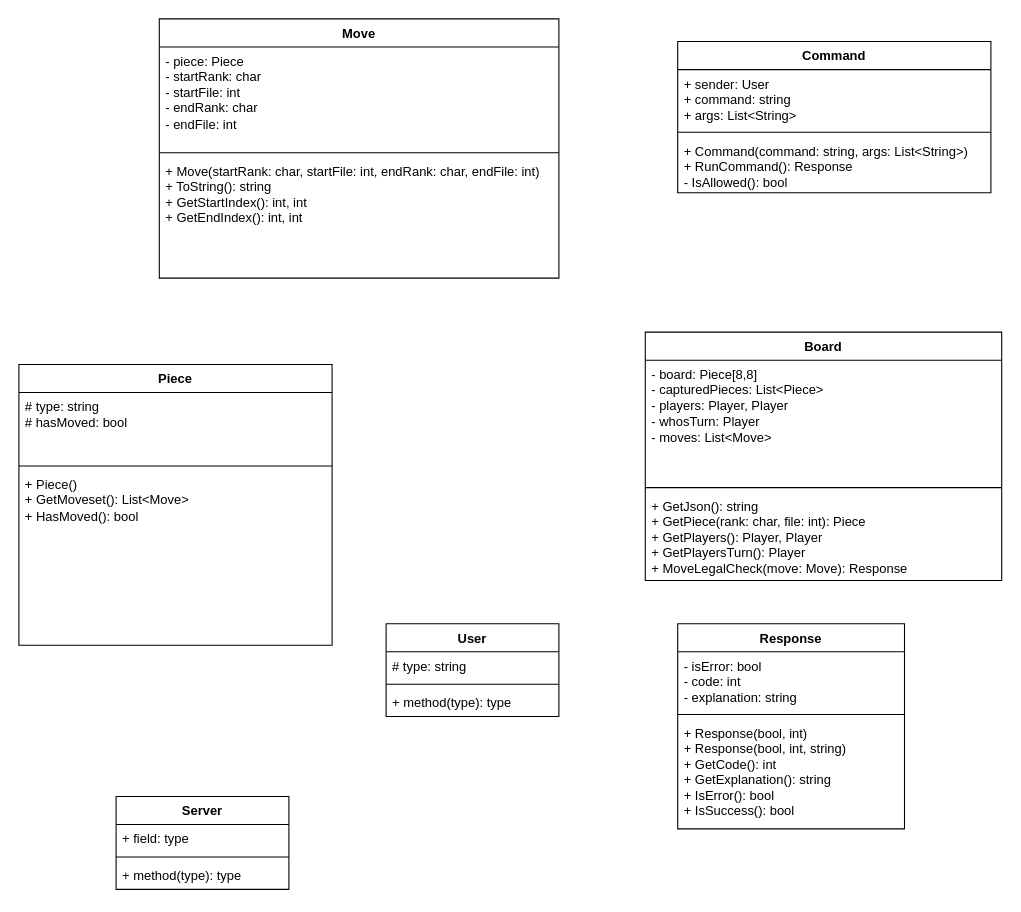
Before: final/FinalProject/Server UML.drawio in noduh/CSE-210, a draw.io diagram. Source tidied: cells renumbered, new cells numbered last; positions are measured from the earlier drawing's top-left corner, leaving out a move shared by most shapes. Both pictures are drawn from the tidied source at 108%, with x=0, y=0 at pixel (18, 18).
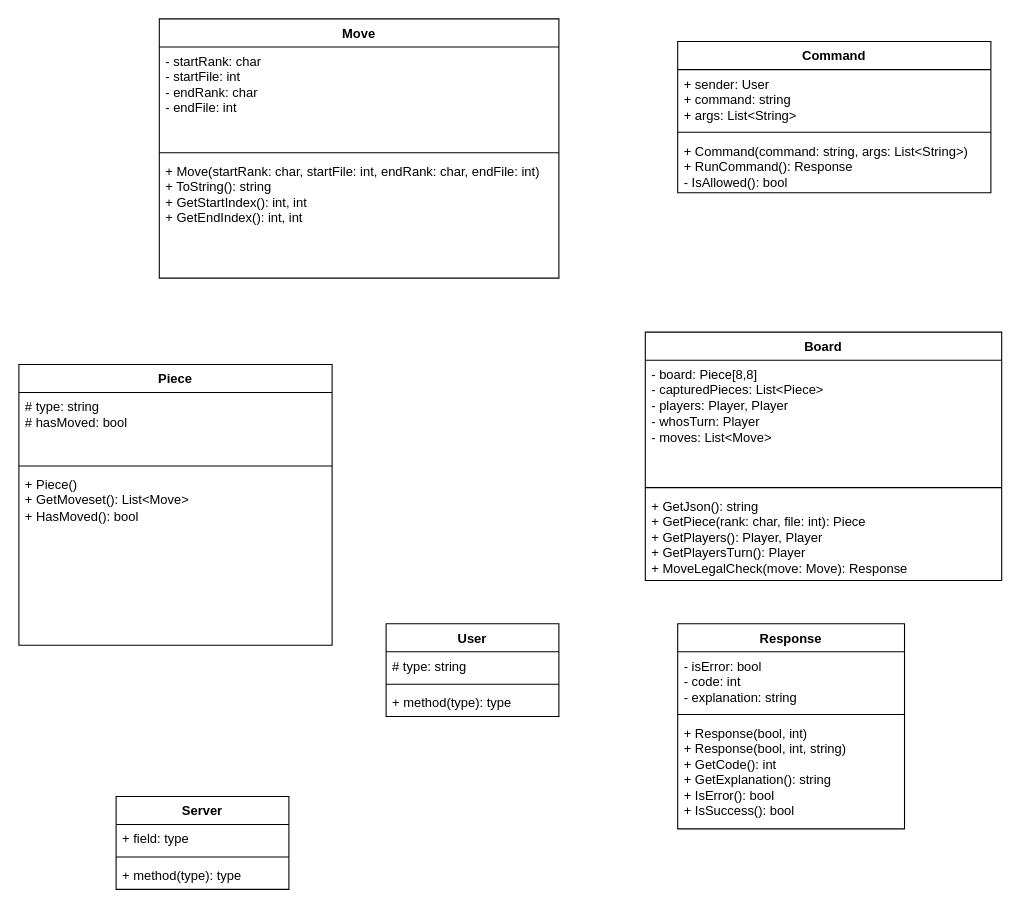
The same page after the edit.

Commit message (it also covers changes not shown here):
server can communicate both ways. began chess classes

The change refers to these unchanged cells:
```xml
<mxCell id="10" value="Move" style="swimlane;fontStyle=1;align=center;verticalAlign=top;horizontal=1;startSize=26;whiteSpace=wrap;html=1;" parent="1" vertex="1">
  <mxGeometry x="130" width="370" height="240" as="geometry" />
</mxCell>
```

The edit, as a diff of the source:
```diff
@@
-    <mxCell id="11" value="- piece: Piece&lt;div&gt;- startRank: char&lt;/div&gt;&lt;div&gt;- startFile: int&lt;/div&gt;&lt;div&gt;- endRank: char&lt;/div&gt;&lt;div&gt;- endFile: int&lt;/div&gt;" style="text;strokeColor=none;fillColor=none;align=left;verticalAlign=top;spacingLeft=4;spacingRight=4;overflow=hidden;whiteSpace=wrap;html=1;" parent="10" vertex="1">
+    <mxCell id="11" value="&lt;div&gt;- startRank: char&lt;/div&gt;&lt;div&gt;- startFile: int&lt;/div&gt;&lt;div&gt;- endRank: char&lt;/div&gt;&lt;div&gt;- endFile: int&lt;/div&gt;" style="text;strokeColor=none;fillColor=none;align=left;verticalAlign=top;spacingLeft=4;spacingRight=4;overflow=hidden;whiteSpace=wrap;html=1;" parent="10" vertex="1">
       <mxGeometry y="26" width="370" height="94" as="geometry" />
     </mxCell>
```
